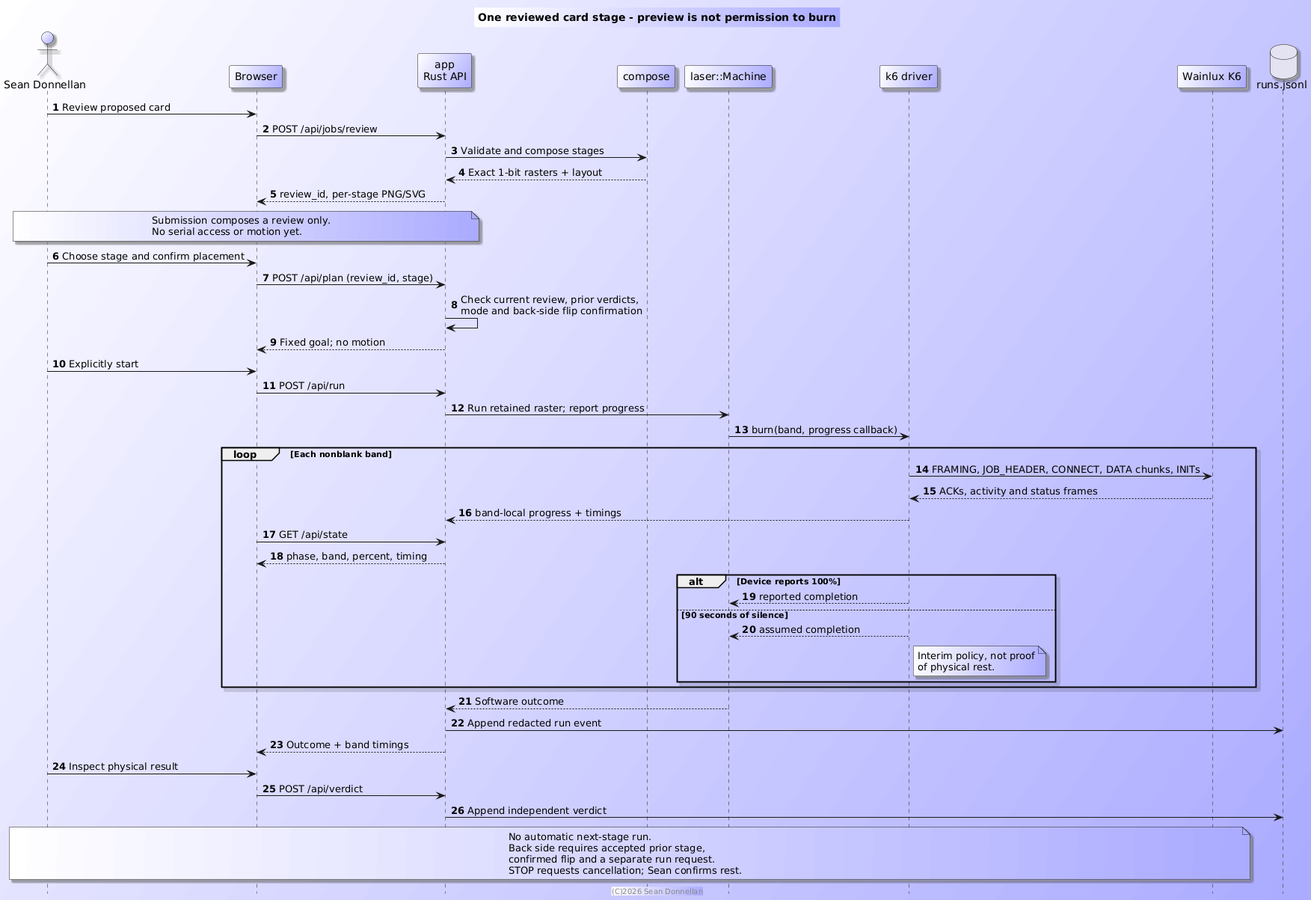
Above: documentation/images/sequence-stage-run.png in donnels/wainlux-pi (PlantUML), before the change.
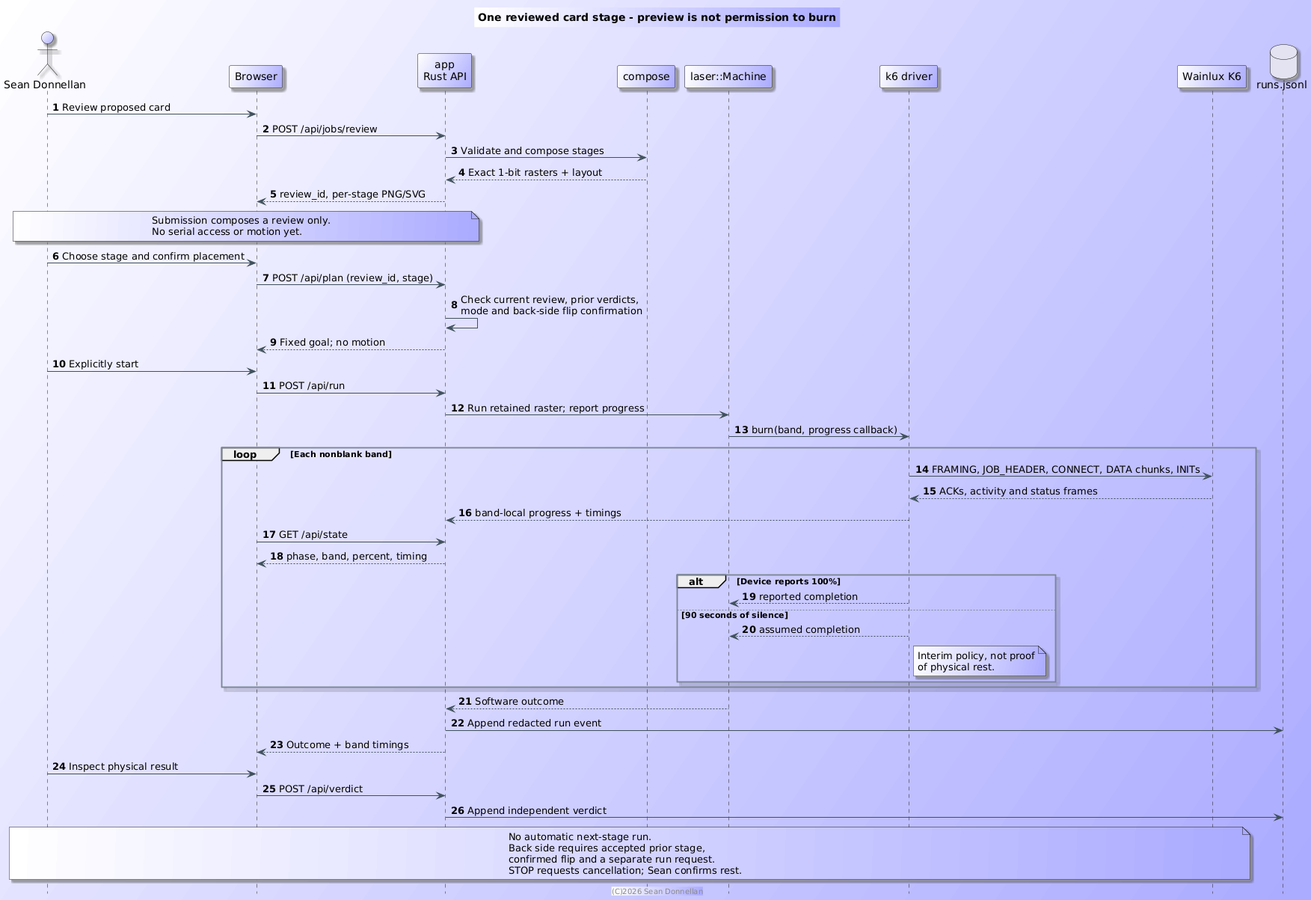
Above is the later version.

What changed in the source:
```diff
@@ -1,11 +1,6 @@
 @startuml sequence-stage-run
+!include plantuml-style.puml
 title One reviewed card stage - preview is not permission to burn
-skinparam backgroundColor #fff/aaf
-skinparam participantBackgroundColor #fff/aaf
-skinparam actorBackgroundColor #fff/aaf
-skinparam noteBackgroundColor #fff/aaf
-skinparam shadowing true
-skinparam defaultFontName sans-serif
 hide footbox
 autonumber
 
@@ -65,5 +60,4 @@
   confirmed flip and a separate run request.
   STOP requests cancellation; Sean confirms rest.
 end note
-footer (C)2026 Sean Donnellan
 @enduml
```
